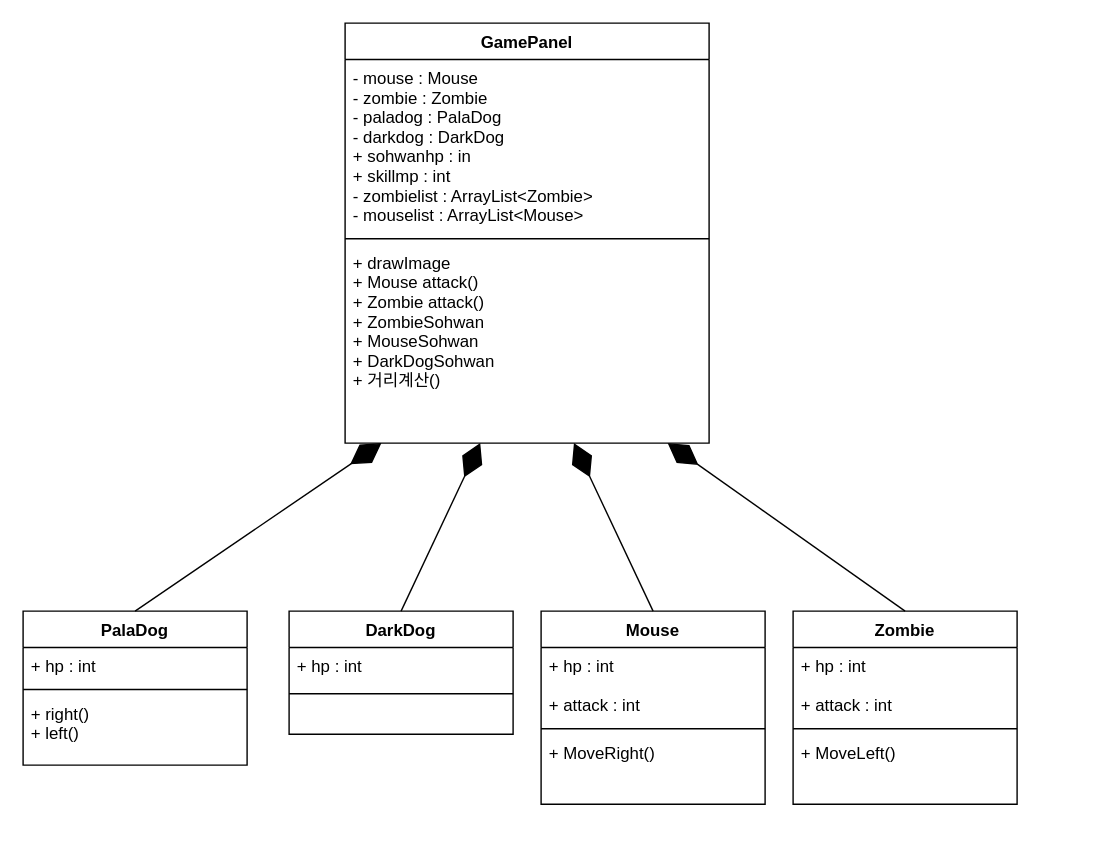
jeonghyun051/kimjeonghyun keeps this draw.io diagram as Untitled Diagram.drawio. Above is the earlier version. Source tidied: cells renumbered, new cells numbered last; positions are measured from the earlier drawing's top-left corner, leaving out a move shared by most shapes. Both pictures are drawn from the tidied source at 140%, with x=0, y=0 at pixel (22, 22).
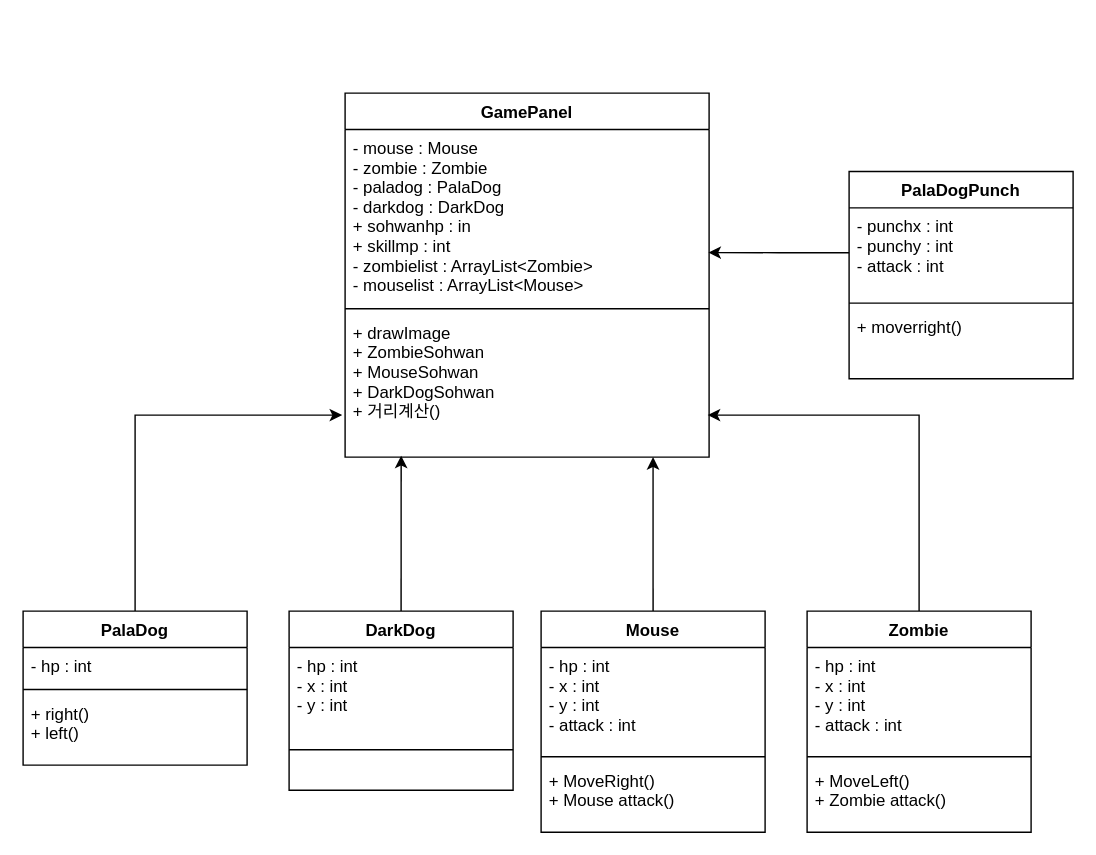
The same page after the edit.

Unchanged cells that the change refers to:
```xml
<mxCell id="3" value="- mouse : Mouse &#10;- zombie : Zombie&#10;- paladog : PalaDog&#10;- darkdog : DarkDog&#10;+ sohwanhp : in&#10;+ skillmp : int&#10;- zombielist : ArrayList&lt;Zombie&gt;&#10;- mouselist : ArrayList&lt;Mouse&gt;&#10;" style="text;strokeColor=none;fillColor=none;align=left;verticalAlign=top;spacingLeft=4;spacingRight=4;overflow=hidden;points=[[0,0.5],[1,0.5]];portConstraint=eastwest;" parent="2" vertex="1">
  <mxGeometry y="26" width="260" height="124" as="geometry" />
</mxCell>
<mxCell id="6" value="PalaDog" style="swimlane;fontStyle=1;align=center;verticalAlign=top;horizontal=1;startSize=26;" parent="1" vertex="1">
  <mxGeometry y="420" width="160" height="110" as="geometry" />
</mxCell>
```

Change to the diagram source:
```diff
@@
     <mxCell id="2" value="GamePanel" style="swimlane;fontStyle=1;align=center;verticalAlign=top;horizontal=1;startSize=26;" parent="1" vertex="1">
-      <mxGeometry x="230" width="260" height="300" as="geometry" />
+      <mxGeometry x="230" y="50" width="260" height="260" as="geometry" />
     </mxCell>
@@
-    <mxCell id="5" value="+ drawImage&#10;+ Mouse attack()&#10;+ Zombie attack()&#10;+ ZombieSohwan&#10;+ MouseSohwan&#10;+ DarkDogSohwan&#10;+ 거리계산()" style="text;strokeColor=none;fillColor=none;align=left;verticalAlign=top;spacingLeft=4;spacingRight=4;overflow=hidden;points=[[0,0.5],[1,0.5]];portConstraint=eastwest;" parent="2" vertex="1">
-      <mxGeometry y="158" width="260" height="142" as="geometry" />
+    <mxCell id="5" value="+ drawImage&#10;+ ZombieSohwan&#10;+ MouseSohwan&#10;+ DarkDogSohwan&#10;+ 거리계산()" style="text;strokeColor=none;fillColor=none;align=left;verticalAlign=top;spacingLeft=4;spacingRight=4;overflow=hidden;points=[[0,0.5],[1,0.5]];portConstraint=eastwest;" parent="2" vertex="1">
+      <mxGeometry y="158" width="260" height="102" as="geometry" />
     </mxCell>
+    <mxCell id="21" style="edgeStyle=orthogonalEdgeStyle;rounded=0;jettySize=auto;html=1;exitX=0.5;exitY=0;exitDx=0;exitDy=0;entryX=-0.008;entryY=0.706;entryDx=0;entryDy=0;entryPerimeter=0;" parent="1" edge="1" source="6" target="5">
+      <mxGeometry relative="1" as="geometry" />
+    </mxCell>
@@
-    <mxCell id="7" value="+ hp : int" style="text;strokeColor=none;fillColor=none;align=left;verticalAlign=top;spacingLeft=4;spacingRight=4;overflow=hidden;" parent="6" vertex="1">
+    <mxCell id="7" value="- hp : int" style="text;strokeColor=none;fillColor=none;align=left;verticalAlign=top;spacingLeft=4;spacingRight=4;overflow=hidden;" parent="6" vertex="1">
       <mxGeometry y="26" width="160" height="26" as="geometry" />
     </mxCell>
@@
+    <mxCell id="22" style="edgeStyle=orthogonalEdgeStyle;rounded=0;jettySize=auto;html=1;exitX=0.5;exitY=0;exitDx=0;exitDy=0;entryX=0.154;entryY=0.99;entryDx=0;entryDy=0;entryPerimeter=0;" parent="1" edge="1" source="10" target="5">
+      <mxGeometry relative="1" as="geometry" />
+    </mxCell>
     <mxCell id="10" value="DarkDog" style="swimlane;fontStyle=1;align=center;verticalAlign=top;horizontal=1;startSize=26;" parent="1" vertex="1">
-      <mxGeometry x="190" y="420" width="160" height="88" as="geometry" />
+      <mxGeometry x="190" y="420" width="160" height="128" as="geometry" />
     </mxCell>
-    <mxCell id="11" value="+ hp : int" style="text;strokeColor=none;fillColor=none;align=left;verticalAlign=top;spacingLeft=4;spacingRight=4;overflow=hidden;" parent="10" vertex="1">
-      <mxGeometry y="26" width="160" height="4" as="geometry" />
+    <mxCell id="11" value="- hp : int&#10;- x : int&#10;- y : int" style="text;strokeColor=none;fillColor=none;align=left;verticalAlign=top;spacingLeft=4;spacingRight=4;overflow=hidden;" parent="10" vertex="1">
+      <mxGeometry y="26" width="160" height="44" as="geometry" />
     </mxCell>
     <mxCell id="12" style="line;strokeWidth=1;fillColor=none;align=left;verticalAlign=middle;spacingTop=-1;spacingLeft=3;spacingRight=3;labelPosition=right;" parent="10" vertex="1">
-      <mxGeometry y="30" width="160" height="58" as="geometry" />
+      <mxGeometry y="70" width="160" height="58" as="geometry" />
     </mxCell>
+    <mxCell id="23" style="edgeStyle=orthogonalEdgeStyle;rounded=0;jettySize=auto;html=1;exitX=0.5;exitY=0;exitDx=0;exitDy=0;entryX=0.846;entryY=1;entryDx=0;entryDy=0;entryPerimeter=0;" parent="1" edge="1" source="13" target="5">
+      <mxGeometry relative="1" as="geometry" />
+    </mxCell>
     <mxCell id="13" value="Mouse" style="swimlane;fontStyle=1;align=center;verticalAlign=top;horizontal=1;startSize=26;" parent="1" vertex="1">
-      <mxGeometry x="370" y="420" width="160" height="138" as="geometry" />
+      <mxGeometry x="370" y="420" width="160" height="158" as="geometry" />
     </mxCell>
-    <mxCell id="14" value="+ hp : int&#10;&#10;+ attack : int" style="text;strokeColor=none;fillColor=none;align=left;verticalAlign=top;spacingLeft=4;spacingRight=4;overflow=hidden;" parent="13" vertex="1">
-      <mxGeometry y="26" width="160" height="54" as="geometry" />
+    <mxCell id="14" value="- hp : int&#10;- x : int&#10;- y : int&#10;- attack : int" style="text;strokeColor=none;fillColor=none;align=left;verticalAlign=top;spacingLeft=4;spacingRight=4;overflow=hidden;" parent="13" vertex="1">
+      <mxGeometry y="26" width="160" height="74" as="geometry" />
     </mxCell>
     <mxCell id="15" style="line;strokeWidth=1;fillColor=none;align=left;verticalAlign=middle;spacingTop=-1;spacingLeft=3;spacingRight=3;labelPosition=right;" parent="13" vertex="1">
-      <mxGeometry y="80" width="160" height="8" as="geometry" />
+      <mxGeometry y="100" width="160" height="8" as="geometry" />
     </mxCell>
-    <mxCell id="16" value="+ MoveRight()" style="text;strokeColor=none;fillColor=none;align=left;verticalAlign=top;spacingLeft=4;spacingRight=4;overflow=hidden;" parent="13" vertex="1">
-      <mxGeometry y="88" width="160" height="50" as="geometry" />
+    <mxCell id="16" value="+ MoveRight()&#10;+ Mouse attack()" style="text;strokeColor=none;fillColor=none;align=left;verticalAlign=top;spacingLeft=4;spacingRight=4;overflow=hidden;" parent="13" vertex="1">
+      <mxGeometry y="108" width="160" height="50" as="geometry" />
     </mxCell>
+    <mxCell id="24" style="edgeStyle=orthogonalEdgeStyle;rounded=0;jettySize=auto;html=1;exitX=0.5;exitY=0;exitDx=0;exitDy=0;entryX=0.996;entryY=0.706;entryDx=0;entryDy=0;entryPerimeter=0;" parent="1" edge="1" source="17" target="5">
+      <mxGeometry relative="1" as="geometry" />
+    </mxCell>
     <mxCell id="17" value="Zombie" style="swimlane;fontStyle=1;align=center;verticalAlign=top;horizontal=1;startSize=26;" parent="1" vertex="1">
-      <mxGeometry x="550" y="420" width="160" height="138" as="geometry" />
+      <mxGeometry x="560" y="420" width="160" height="158" as="geometry" />
     </mxCell>
-    <mxCell id="18" value="+ hp : int&#10;&#10;+ attack : int" style="text;strokeColor=none;fillColor=none;align=left;verticalAlign=top;spacingLeft=4;spacingRight=4;overflow=hidden;" parent="17" vertex="1">
-      <mxGeometry y="26" width="160" height="54" as="geometry" />
+    <mxCell id="18" value="- hp : int&#10;- x : int&#10;- y : int&#10;- attack : int" style="text;strokeColor=none;fillColor=none;align=left;verticalAlign=top;spacingLeft=4;spacingRight=4;overflow=hidden;" parent="17" vertex="1">
+      <mxGeometry y="26" width="160" height="74" as="geometry" />
     </mxCell>
     <mxCell id="19" style="line;strokeWidth=1;fillColor=none;align=left;verticalAlign=middle;spacingTop=-1;spacingLeft=3;spacingRight=3;labelPosition=right;" parent="17" vertex="1">
-      <mxGeometry y="80" width="160" height="8" as="geometry" />
+      <mxGeometry y="100" width="160" height="8" as="geometry" />
     </mxCell>
-    <mxCell id="20" value="+ MoveLeft()" style="text;strokeColor=none;fillColor=none;align=left;verticalAlign=top;spacingLeft=4;spacingRight=4;overflow=hidden;" parent="17" vertex="1">
-      <mxGeometry y="88" width="160" height="50" as="geometry" />
+    <mxCell id="20" value="+ MoveLeft()&#10;+ Zombie attack()" style="text;strokeColor=none;fillColor=none;align=left;verticalAlign=top;spacingLeft=4;spacingRight=4;overflow=hidden;" parent="17" vertex="1">
+      <mxGeometry y="108" width="160" height="50" as="geometry" />
     </mxCell>
-    <mxCell id="21" style="endArrow=diamondThin;endFill=1;endSize=24;html=1;fontColor=#67AB9F;exitX=0.5;exitY=0;exitDx=0;exitDy=0;" parent="1" edge="1" source="6" target="5">
-      <mxGeometry relative="1" as="geometry" />
-    </mxCell>
-    <mxCell id="22" style="endArrow=diamondThin;endFill=1;endSize=24;html=1;fontColor=#67AB9F;exitX=0.5;exitY=0;exitDx=0;exitDy=0;" parent="1" edge="1" source="10" target="5">
-      <mxGeometry relative="1" as="geometry" />
-    </mxCell>
-    <mxCell id="23" style="endArrow=diamondThin;endFill=1;endSize=24;html=1;fontColor=#67AB9F;exitX=0.5;exitY=0;exitDx=0;exitDy=0;" parent="1" edge="1" source="13" target="5">
-      <mxGeometry relative="1" as="geometry" />
-    </mxCell>
-    <mxCell id="24" style="endArrow=diamondThin;endFill=1;endSize=24;html=1;fontColor=#67AB9F;exitX=0.5;exitY=0;exitDx=0;exitDy=0;" parent="1" edge="1" source="17" target="5">
-      <mxGeometry relative="1" as="geometry" />
-    </mxCell>
+    <mxCell id="25" value="PalaDogPunch" style="swimlane;fontStyle=1;align=center;verticalAlign=top;horizontal=1;startSize=26;" parent="1" vertex="1">
+      <mxGeometry x="590" y="106" width="160" height="148" as="geometry" />
+    </mxCell>
+    <mxCell id="26" value="- punchx : int&#10;- punchy : int&#10;- attack : int" style="text;strokeColor=none;fillColor=none;align=left;verticalAlign=top;spacingLeft=4;spacingRight=4;overflow=hidden;points=[[0,0.5],[1,0.5]];portConstraint=eastwest;" parent="25" vertex="1">
+      <mxGeometry y="26" width="160" height="64" as="geometry" />
+    </mxCell>
+    <mxCell id="27" style="line;strokeWidth=1;fillColor=none;align=left;verticalAlign=middle;spacingTop=-1;spacingLeft=3;spacingRight=3;labelPosition=right;" parent="25" vertex="1">
+      <mxGeometry y="90" width="160" height="8" as="geometry" />
+    </mxCell>
+    <mxCell id="28" value="+ moverright()&#10;" style="text;strokeColor=none;fillColor=none;align=left;verticalAlign=top;spacingLeft=4;spacingRight=4;overflow=hidden;" parent="25" vertex="1">
+      <mxGeometry y="98" width="160" height="50" as="geometry" />
+    </mxCell>
+    <mxCell id="29" style="edgeStyle=orthogonalEdgeStyle;rounded=0;jettySize=auto;html=1;exitX=0;exitY=0.5;exitDx=0;exitDy=0;entryX=0.998;entryY=0.709;entryDx=0;entryDy=0;entryPerimeter=0;" parent="1" edge="1" source="26" target="3">
+      <mxGeometry relative="1" as="geometry" />
+    </mxCell>
```
